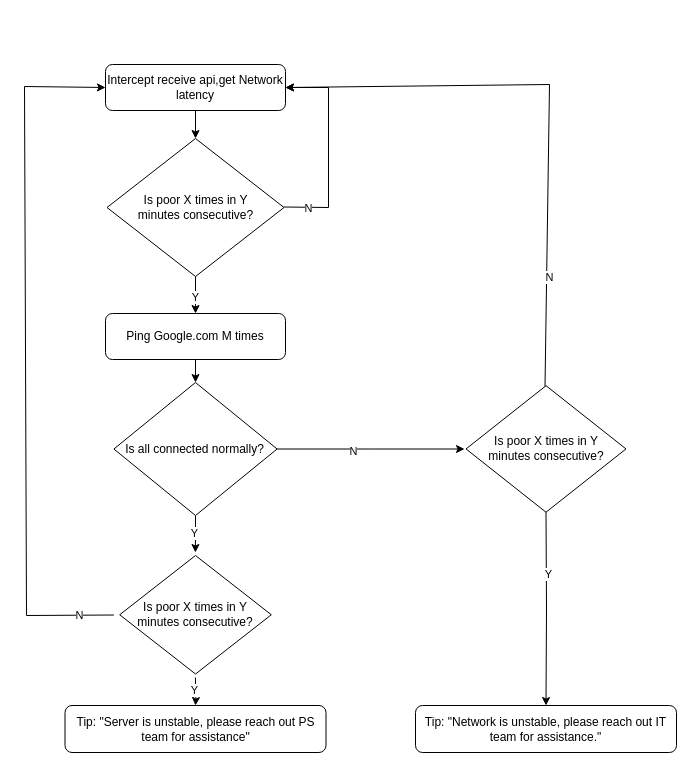
Above: 未命名绘图.drawio in kekobin/axletree (draw.io), before the change. Source tidied: cells renumbered, new cells numbered last; positions are measured from the earlier drawing's top-left corner, leaving out a move shared by most shapes. Both pictures are drawn from the tidied source at 100%, with x=0, y=0 at pixel (24, 64).
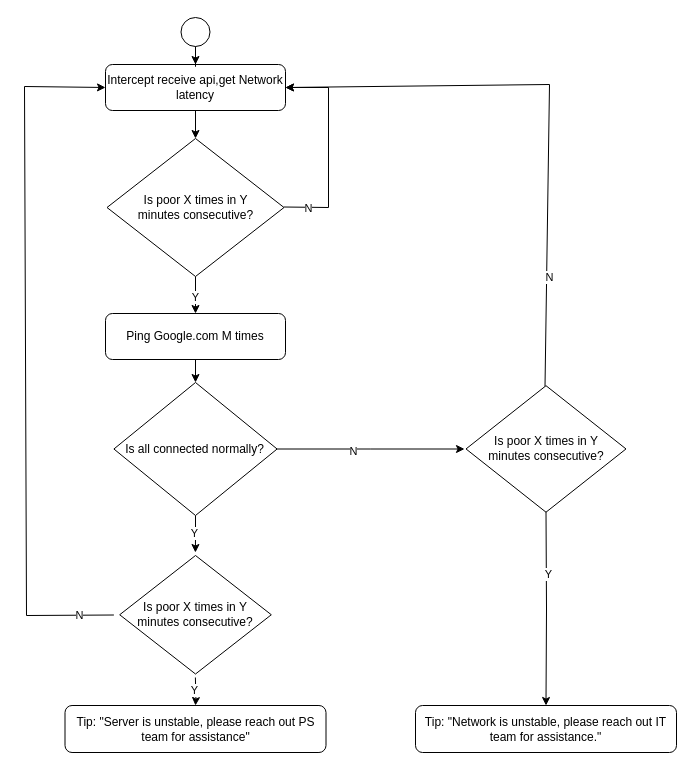
Above is the later version.

Commit message:
更新未命名绘图.drawio

The change refers to these unchanged cells:
```xml
<mxCell id="3" value="Intercept receive api,get Network latency" style="rounded=1;whiteSpace=wrap;html=1;fontStyle=0;" parent="1" vertex="1">
  <mxGeometry x="81" width="180" height="46" as="geometry" />
</mxCell>
```

Change to the diagram source:
```diff
@@
+    <mxCell id="28" style="edgeStyle=orthogonalEdgeStyle;rounded=0;jettySize=auto;html=1;entryX=0.5;entryY=0;entryDx=0;entryDy=0;" parent="1" edge="1" source="29" target="3">
+      <mxGeometry relative="1" as="geometry" />
+    </mxCell>
+    <mxCell id="29" style="ellipse;whiteSpace=wrap;html=1;" parent="1" vertex="1">
+      <mxGeometry x="156.5" y="-47" width="29" height="29" as="geometry" />
+    </mxCell>
```
